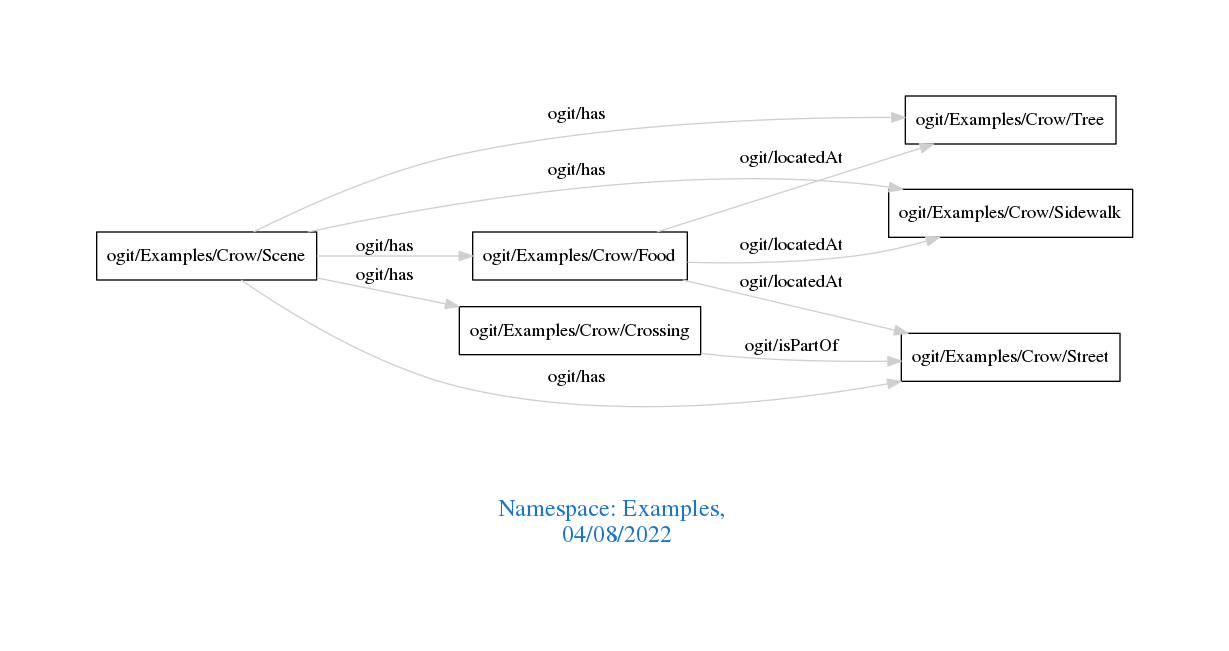
arago/OGIT keeps this Graphviz diagram as downloads/Examples.png. Above is the earlier version. Its source is kept beside it as downloads/Examples.dot.
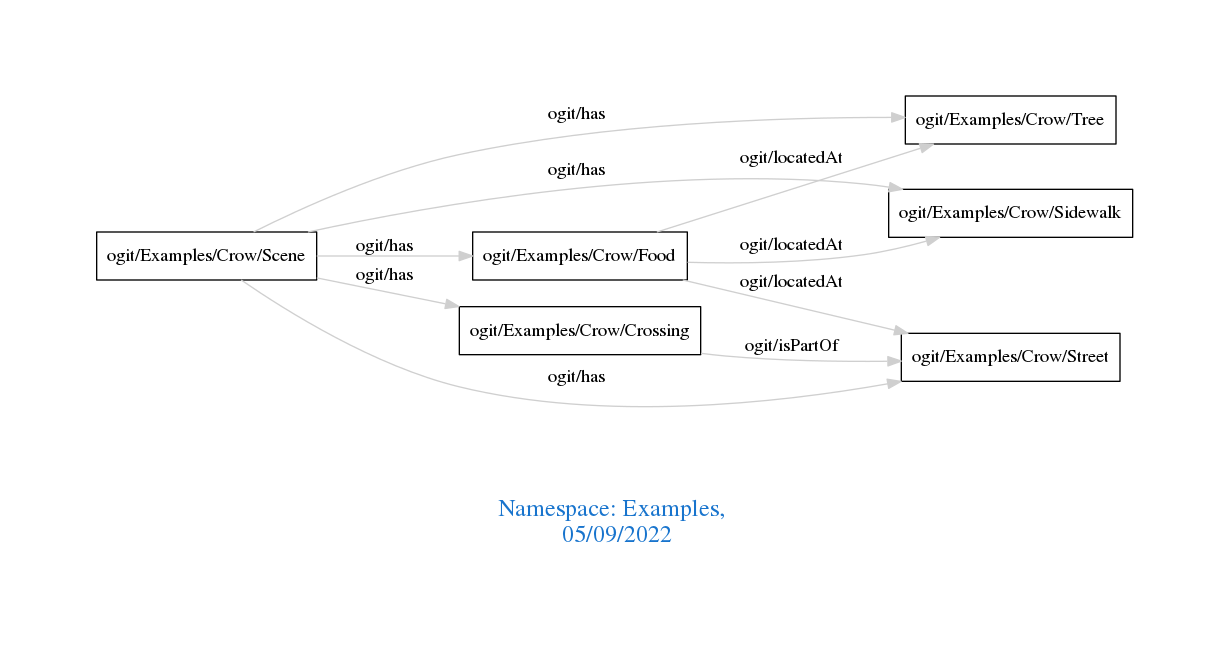
Above is the later version.

What changed in the source:
```diff
@@ -1,7 +1,7 @@
 digraph OGIT_ontology {
  graph [ rankdir= LR,pad=1
 fontsize = 18,
-fontcolor= dodgerblue3,label = "\n\n\nNamespace: Examples, \n 04/08/2022"];
+fontcolor= dodgerblue3,label = "\n\n\nNamespace: Examples, \n 05/09/2022"];
 node[shape=polygon];
 edge [  color="gray81"];
 
```
